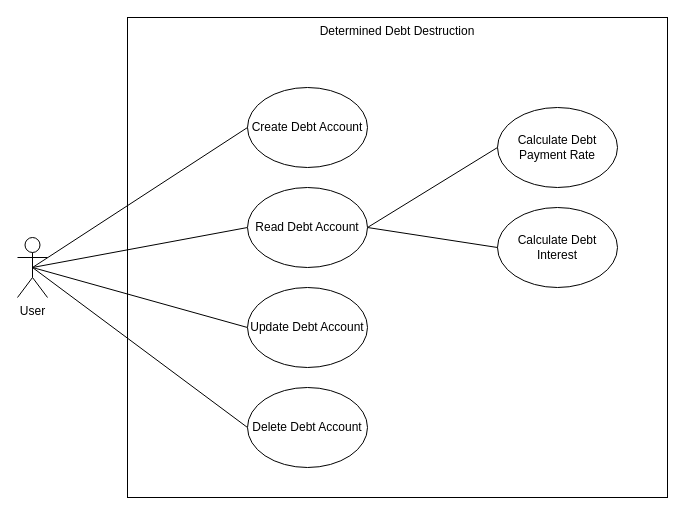
PatrickMcDougle/CSE682-Software-Engineering-Project keeps this draw.io diagram as Use Case Diagram - Debt Account.drawio. Above is the earlier version. Source tidied: cells renumbered, new cells numbered last; positions are measured from the earlier drawing's top-left corner, leaving out a move shared by most shapes. Both pictures are drawn from the tidied source at 100%, with x=0, y=0 at pixel (17, 17).
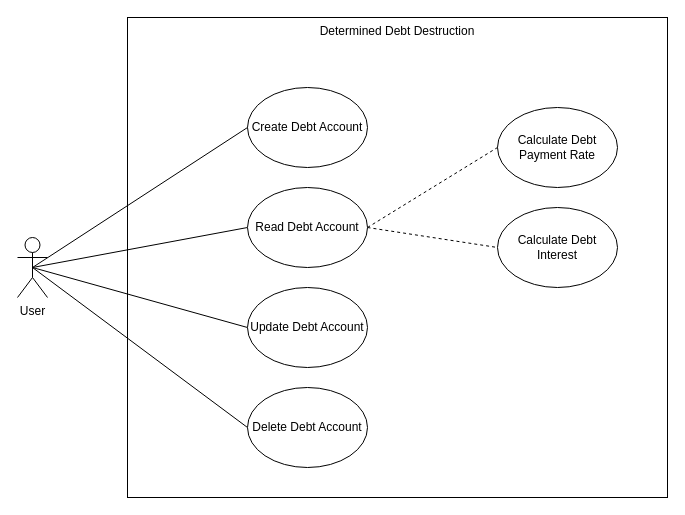
The same page after the edit.

Change to the diagram source:
```diff
@@
 <mxGraphModel>
   <root>
     <mxCell id="0" />
     <mxCell id="1" parent="0" />
     <mxCell id="2" value="Determined Debt Destruction" style="rounded=0;whiteSpace=wrap;html=1;align=center;verticalAlign=top;" parent="1" vertex="1">
       <mxGeometry x="110" width="540" height="480" as="geometry" />
     </mxCell>
     <mxCell id="3" value="User" style="shape=umlActor;verticalLabelPosition=bottom;verticalAlign=top;html=1;outlineConnect=0;" parent="1" vertex="1">
       <mxGeometry y="220" width="30" height="60" as="geometry" />
     </mxCell>
     <mxCell id="4" value="Create Debt Account" style="ellipse;whiteSpace=wrap;html=1;" parent="1" vertex="1">
       <mxGeometry x="230" y="70" width="120" height="80" as="geometry" />
     </mxCell>
     <mxCell id="5" value="Calculate Debt Payment Rate" style="ellipse;whiteSpace=wrap;html=1;" parent="1" vertex="1">
       <mxGeometry x="480" y="90" width="120" height="80" as="geometry" />
     </mxCell>
     <mxCell id="6" value="Calculate Debt Interest" style="ellipse;whiteSpace=wrap;html=1;" parent="1" vertex="1">
       <mxGeometry x="480" y="190" width="120" height="80" as="geometry" />
     </mxCell>
-    <mxCell id="7" style="endArrow=none;html=1;exitX=1;exitY=0.5;exitDx=0;exitDy=0;entryX=0;entryY=0.5;entryDx=0;entryDy=0;" parent="1" edge="1" source="13" target="5">
+    <mxCell id="7" style="endArrow=none;html=1;exitX=1;exitY=0.5;exitDx=0;exitDy=0;entryX=0;entryY=0.5;entryDx=0;entryDy=0;dashed=1;" parent="1" edge="1" source="13" target="5">
       <mxGeometry relative="1" as="geometry" />
     </mxCell>
-    <mxCell id="8" style="endArrow=none;html=1;exitX=1;exitY=0.5;exitDx=0;exitDy=0;entryX=0;entryY=0.5;entryDx=0;entryDy=0;" parent="1" edge="1" source="13" target="6">
+    <mxCell id="8" style="endArrow=none;html=1;exitX=1;exitY=0.5;exitDx=0;exitDy=0;entryX=0;entryY=0.5;entryDx=0;entryDy=0;dashed=1;" parent="1" edge="1" source="13" target="6">
       <mxGeometry relative="1" as="geometry" />
     </mxCell>
     <mxCell id="9" style="endArrow=none;html=1;exitX=0.5;exitY=0.5;exitDx=0;exitDy=0;exitPerimeter=0;entryX=0;entryY=0.5;entryDx=0;entryDy=0;" parent="1" edge="1" source="3" target="4">
       <mxGeometry relative="1" as="geometry" />
     </mxCell>
     <mxCell id="10" style="endArrow=none;html=1;exitX=0.5;exitY=0.5;exitDx=0;exitDy=0;exitPerimeter=0;entryX=0;entryY=0.5;entryDx=0;entryDy=0;" parent="1" edge="1" source="3" target="13">
       <mxGeometry relative="1" as="geometry" />
     </mxCell>
     <mxCell id="11" style="endArrow=none;html=1;exitX=0.5;exitY=0.5;exitDx=0;exitDy=0;exitPerimeter=0;entryX=0;entryY=0.5;entryDx=0;entryDy=0;" parent="1" edge="1" source="3" target="14">
       <mxGeometry relative="1" as="geometry" />
     </mxCell>
     <mxCell id="12" style="endArrow=none;html=1;exitX=0.5;exitY=0.5;exitDx=0;exitDy=0;exitPerimeter=0;entryX=0;entryY=0.5;entryDx=0;entryDy=0;" parent="1" edge="1" source="3" target="15">
       <mxGeometry relative="1" as="geometry" />
     </mxCell>
     <mxCell id="13" value="Read Debt Account" style="ellipse;whiteSpace=wrap;html=1;" parent="1" vertex="1">
       <mxGeometry x="230" y="170" width="120" height="80" as="geometry" />
     </mxCell>
     <mxCell id="14" value="Update Debt Account" style="ellipse;whiteSpace=wrap;html=1;" parent="1" vertex="1">
       <mxGeometry x="230" y="270" width="120" height="80" as="geometry" />
     </mxCell>
     <mxCell id="15" value="Delete Debt Account" style="ellipse;whiteSpace=wrap;html=1;" parent="1" vertex="1">
       <mxGeometry x="230" y="370" width="120" height="80" as="geometry" />
     </mxCell>
   </root>
 </mxGraphModel>
```
